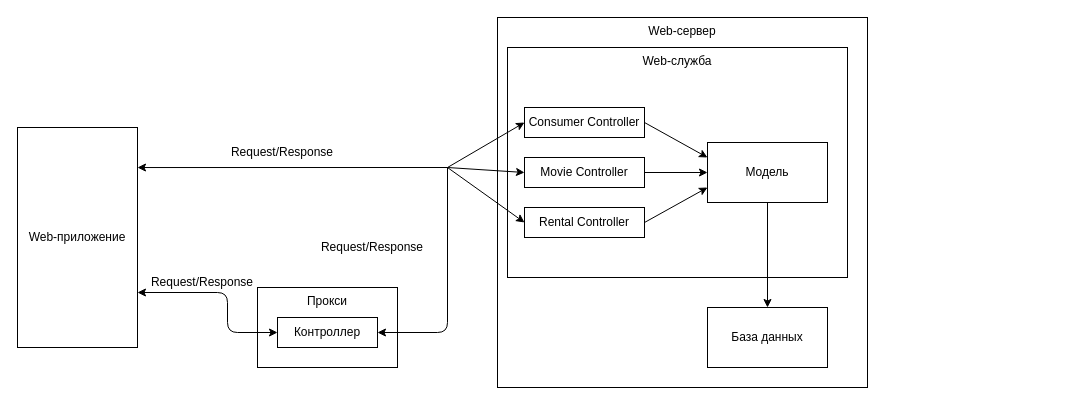
Earlier version of the draw.io diagram Untitled Diagram.drawio (NikitaMasl/autumnNIR). Source tidied: cells renumbered, new cells numbered last; positions are measured from the earlier drawing's top-left corner, leaving out a move shared by most shapes. Both pictures are drawn from the tidied source at 100%, with x=0, y=0 at pixel (17, 17).
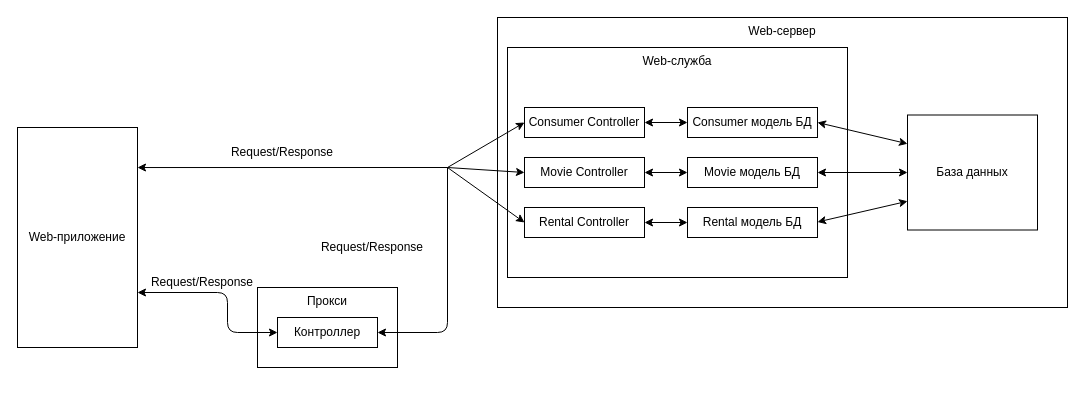
After the change.

Unchanged cells that the change refers to:
```xml
<mxCell id="7" value="Consumer Controller" style="rounded=0;whiteSpace=wrap;html=1;" parent="1" vertex="1">
  <mxGeometry x="507" y="90" width="120" height="30" as="geometry" />
</mxCell>
<mxCell id="15" value="Movie Controller" style="rounded=0;whiteSpace=wrap;html=1;" parent="1" vertex="1">
  <mxGeometry x="507" y="140" width="120" height="30" as="geometry" />
</mxCell>
<mxCell id="16" value="Rental Controller" style="rounded=0;whiteSpace=wrap;html=1;" parent="1" vertex="1">
  <mxGeometry x="507" y="190" width="120" height="30" as="geometry" />
</mxCell>
```

The edit, as a diff of the source:
```diff
@@
     <mxCell id="2" value="Web-сервер" style="rounded=0;whiteSpace=wrap;html=1;verticalAlign=top;" parent="1" vertex="1">
-      <mxGeometry x="480" width="370" height="370" as="geometry" />
+      <mxGeometry x="480" width="570" height="290" as="geometry" />
     </mxCell>
@@
-    <mxCell id="8" style="edgeStyle=orthogonalEdgeStyle;rounded=0;jettySize=auto;html=1;exitX=0.5;exitY=1;exitDx=0;exitDy=0;entryX=0.5;entryY=0;entryDx=0;entryDy=0;" parent="1" edge="1" source="9" target="10">
-      <mxGeometry relative="1" as="geometry" />
-    </mxCell>
-    <mxCell id="9" value="Модель" style="rounded=0;whiteSpace=wrap;html=1;" parent="1" vertex="1">
-      <mxGeometry x="690" y="125" width="120" height="60" as="geometry" />
-    </mxCell>
     <mxCell id="10" value="База данных" style="rounded=0;whiteSpace=wrap;html=1;" parent="1" vertex="1">
-      <mxGeometry x="690" y="290" width="120" height="60" as="geometry" />
+      <mxGeometry x="890" y="97.5" width="130" height="115" as="geometry" />
     </mxCell>
@@
-    <mxCell id="22" style="endArrow=classic;html=1;exitX=1;exitY=0.5;exitDx=0;exitDy=0;entryX=0;entryY=0.25;entryDx=0;entryDy=0;" parent="1" edge="1" source="7" target="9">
-      <mxGeometry relative="1" as="geometry" />
-    </mxCell>
-    <mxCell id="23" style="endArrow=classic;html=1;exitX=1;exitY=0.5;exitDx=0;exitDy=0;entryX=0;entryY=0.5;entryDx=0;entryDy=0;" parent="1" edge="1" target="9">
-      <mxGeometry relative="1" as="geometry">
-        <mxPoint x="627" y="155" as="sourcePoint" />
-      </mxGeometry>
-    </mxCell>
-    <mxCell id="24" style="endArrow=classic;html=1;exitX=1;exitY=0.5;exitDx=0;exitDy=0;entryX=0;entryY=0.75;entryDx=0;entryDy=0;" parent="1" edge="1" source="16" target="9">
-      <mxGeometry relative="1" as="geometry" />
-    </mxCell>
+    <mxCell id="25" value="Consumer модель БД" style="rounded=0;whiteSpace=wrap;html=1;" parent="1" vertex="1">
+      <mxGeometry x="670" y="90" width="130" height="30" as="geometry" />
+    </mxCell>
+    <mxCell id="26" value="Movie модель БД" style="rounded=0;whiteSpace=wrap;html=1;" parent="1" vertex="1">
+      <mxGeometry x="670" y="140" width="130" height="30" as="geometry" />
+    </mxCell>
+    <mxCell id="27" value="Rental модель БД" style="rounded=0;whiteSpace=wrap;html=1;" parent="1" vertex="1">
+      <mxGeometry x="670" y="190" width="130" height="30" as="geometry" />
+    </mxCell>
+    <mxCell id="28" style="endArrow=classic;startArrow=classic;html=1;exitX=1;exitY=0.5;exitDx=0;exitDy=0;" parent="1" edge="1" source="7">
+      <mxGeometry relative="1" as="geometry">
+        <mxPoint x="670" y="105" as="targetPoint" />
+      </mxGeometry>
+    </mxCell>
+    <mxCell id="29" style="endArrow=classic;startArrow=classic;html=1;entryX=0;entryY=0.5;entryDx=0;entryDy=0;exitX=1;exitY=0.5;exitDx=0;exitDy=0;" parent="1" edge="1" source="15" target="26">
+      <mxGeometry relative="1" as="geometry" />
+    </mxCell>
+    <mxCell id="30" style="endArrow=classic;startArrow=classic;html=1;exitX=1;exitY=0.5;exitDx=0;exitDy=0;" parent="1" edge="1" source="16">
+      <mxGeometry relative="1" as="geometry">
+        <mxPoint x="670" y="205" as="targetPoint" />
+      </mxGeometry>
+    </mxCell>
+    <mxCell id="31" style="endArrow=classic;startArrow=classic;html=1;exitX=1;exitY=0.5;exitDx=0;exitDy=0;entryX=0;entryY=0.25;entryDx=0;entryDy=0;" parent="1" edge="1" source="25" target="10">
+      <mxGeometry relative="1" as="geometry" />
+    </mxCell>
+    <mxCell id="32" style="endArrow=classic;startArrow=classic;html=1;exitX=1;exitY=0.5;exitDx=0;exitDy=0;entryX=0;entryY=0.5;entryDx=0;entryDy=0;" parent="1" edge="1" source="26" target="10">
+      <mxGeometry relative="1" as="geometry" />
+    </mxCell>
+    <mxCell id="33" style="endArrow=classic;startArrow=classic;html=1;exitX=1;exitY=0.5;exitDx=0;exitDy=0;entryX=0;entryY=0.75;entryDx=0;entryDy=0;" parent="1" edge="1" target="10">
+      <mxGeometry relative="1" as="geometry">
+        <mxPoint x="800" y="204.5" as="sourcePoint" />
+      </mxGeometry>
+    </mxCell>
```
